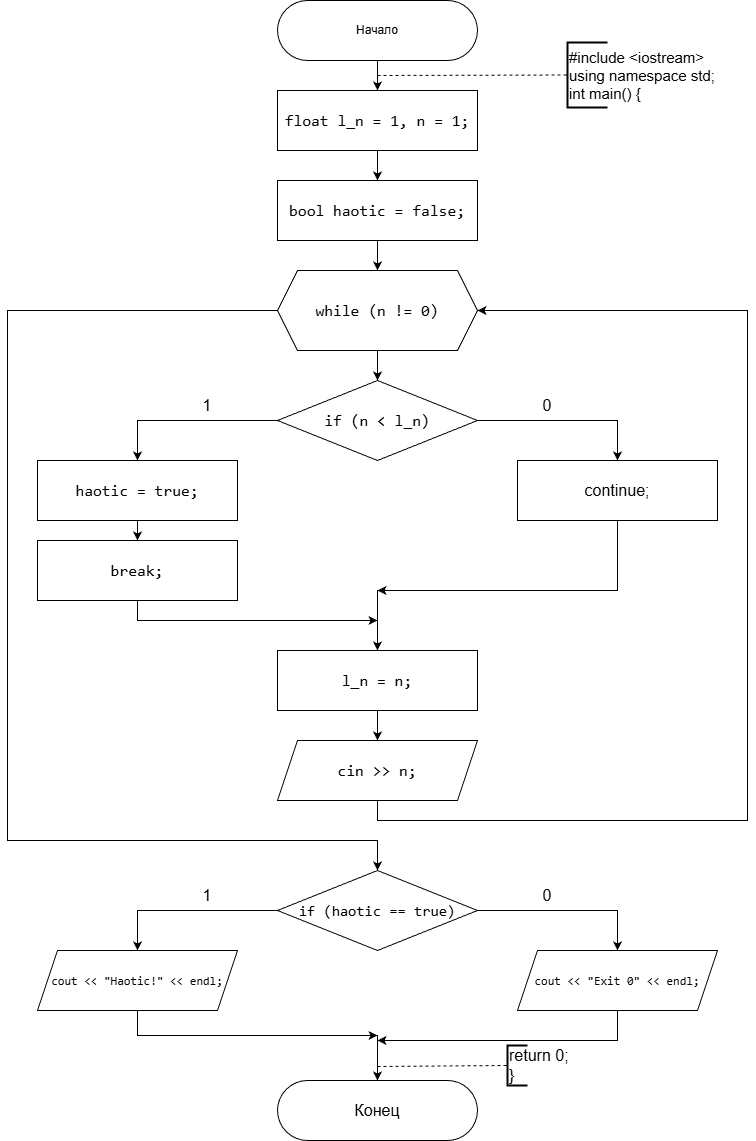
Before: Sem_1/2_21/2_21_block_scheme.png, a diagram exported from draw.io (egovcevivan/Labs_PSTU). Source tidied: cells renumbered, new cells last; positions are measured from the earlier drawing's top-left corner, leaving out a move shared by most shapes.
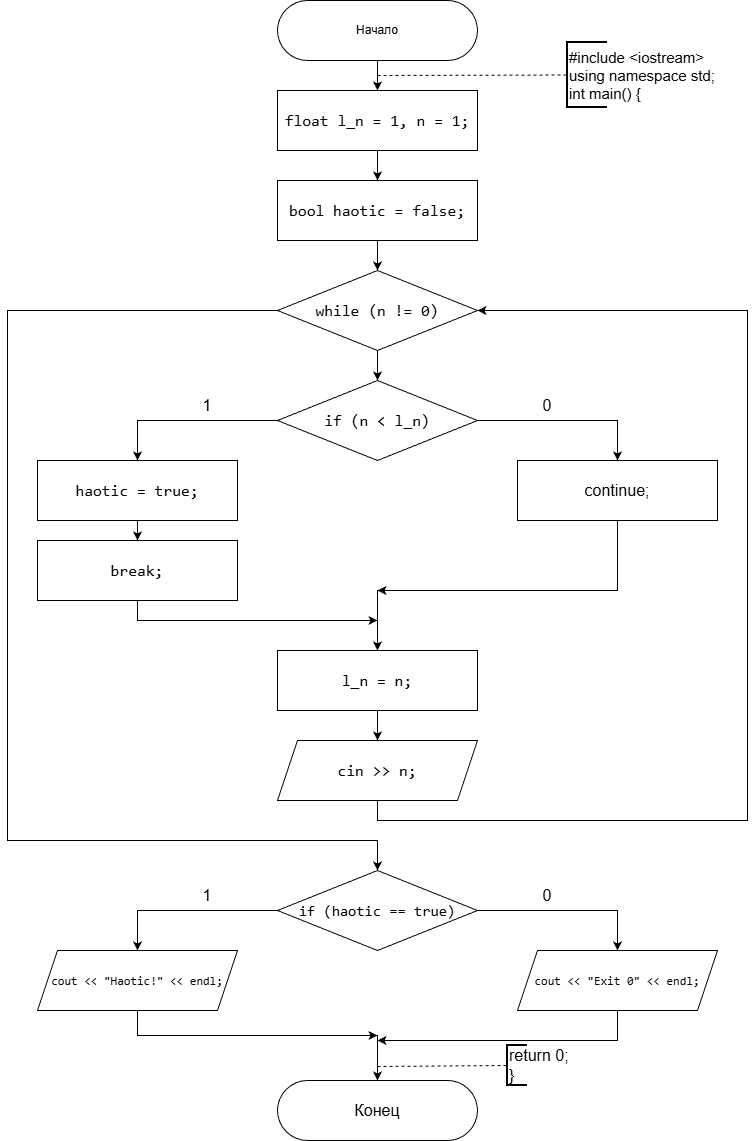
The same diagram one commit later.

Commit message:
Fixed block-schemes 2_14, 2_15, 2_16, 2_18, 2_21

Change to the diagram source:
```diff
@@ -22,17 +22,22 @@
     <mxCell id="7" value="#include &amp;lt;iostream&amp;gt;&lt;div&gt;using namespace std;&lt;/div&gt;&lt;div&gt;int main() {&lt;/div&gt;" style="strokeWidth=2;html=1;shape=mxgraph.flowchart.annotation_1;align=left;fontSize=15;" parent="1" vertex="1">
       <mxGeometry x="560" y="42" width="40" height="65" as="geometry" />
     </mxCell>
-    <mxCell id="8" style="edgeStyle=orthogonalEdgeStyle;rounded=0;jettySize=auto;html=1;" parent="1" edge="1" source="9" target="12">
-      <mxGeometry relative="1" as="geometry" />
+    <mxCell id="8" style="edgeStyle=orthogonalEdgeStyle;rounded=0;jettySize=auto;html=1;" parent="1" edge="1" source="9">
+      <mxGeometry relative="1" as="geometry">
+        <mxPoint x="370" y="270" as="targetPoint" />
+      </mxGeometry>
     </mxCell>
     <mxCell id="9" value="&lt;div style=&quot;font-family: Consolas, &amp;quot;Courier New&amp;quot;, monospace; line-height: 22px; white-space: pre;&quot;&gt;&lt;div style=&quot;line-height: 22px;&quot;&gt;&lt;span style=&quot;&quot;&gt;bool&lt;/span&gt; &lt;span style=&quot;&quot;&gt;haotic&lt;/span&gt; &lt;span style=&quot;&quot;&gt;=&lt;/span&gt; &lt;span style=&quot;&quot;&gt;false&lt;/span&gt;;&lt;/div&gt;&lt;/div&gt;" style="rounded=0;whiteSpace=wrap;html=1;fontColor=default;labelBackgroundColor=none;fontSize=16;" parent="1" vertex="1">
       <mxGeometry x="270" y="180" width="200" height="60" as="geometry" />
     </mxCell>
-    <mxCell id="10" style="edgeStyle=orthogonalEdgeStyle;rounded=0;jettySize=auto;html=1;" parent="1" edge="1" source="12" target="15">
-      <mxGeometry relative="1" as="geometry" />
+    <mxCell id="10" style="edgeStyle=orthogonalEdgeStyle;rounded=0;jettySize=auto;html=1;" parent="1" edge="1" target="15">
+      <mxGeometry relative="1" as="geometry">
+        <mxPoint x="370" y="350" as="sourcePoint" />
+      </mxGeometry>
     </mxCell>
-    <mxCell id="11" style="edgeStyle=orthogonalEdgeStyle;rounded=0;jettySize=auto;html=1;exitX=0;exitY=0.5;exitDx=0;exitDy=0;" parent="1" edge="1" source="12" target="32">
+    <mxCell id="11" style="edgeStyle=orthogonalEdgeStyle;rounded=0;jettySize=auto;html=1;exitX=0;exitY=0.5;exitDx=0;exitDy=0;" parent="1" edge="1" target="32">
       <mxGeometry relative="1" as="geometry">
+        <mxPoint x="270" y="310" as="sourcePoint" />
         <Array as="points">
           <mxPoint y="310" />
           <mxPoint y="840" />
@@ -40,9 +45,6 @@
         </Array>
       </mxGeometry>
     </mxCell>
-    <mxCell id="12" value="&lt;div style=&quot;font-family: Consolas, &amp;quot;Courier New&amp;quot;, monospace; line-height: 22px; white-space: pre;&quot;&gt;&lt;span style=&quot;&quot;&gt;while&lt;/span&gt; (&lt;span style=&quot;&quot;&gt;n&lt;/span&gt; &lt;span style=&quot;&quot;&gt;!=&lt;/span&gt; &lt;span style=&quot;&quot;&gt;0&lt;/span&gt;)&lt;/div&gt;" style="shape=hexagon;perimeter=hexagonPerimeter2;whiteSpace=wrap;html=1;fixedSize=1;fontSize=16;labelBackgroundColor=none;fontColor=default;" parent="1" vertex="1">
-      <mxGeometry x="270" y="270" width="200" height="80" as="geometry" />
-    </mxCell>
     <mxCell id="13" style="edgeStyle=orthogonalEdgeStyle;rounded=0;jettySize=auto;html=1;exitX=0;exitY=0.5;exitDx=0;exitDy=0;entryX=0.5;entryY=0;entryDx=0;entryDy=0;" parent="1" edge="1" source="15" target="17">
       <mxGeometry relative="1" as="geometry" />
     </mxCell>
@@ -104,8 +106,9 @@
         <mxPoint x="370" y="590" as="targetPoint" />
       </mxGeometry>
     </mxCell>
-    <mxCell id="28" style="edgeStyle=orthogonalEdgeStyle;rounded=0;jettySize=auto;html=1;exitX=0.5;exitY=1;exitDx=0;exitDy=0;entryX=1;entryY=0.5;entryDx=0;entryDy=0;" parent="1" edge="1" source="29" target="12">
+    <mxCell id="28" style="edgeStyle=orthogonalEdgeStyle;rounded=0;jettySize=auto;html=1;exitX=0.5;exitY=1;exitDx=0;exitDy=0;entryX=1;entryY=0.5;entryDx=0;entryDy=0;" parent="1" edge="1" source="29">
       <mxGeometry relative="1" as="geometry">
+        <mxPoint x="470" y="310" as="targetPoint" />
         <Array as="points">
           <mxPoint x="370" y="820" />
           <mxPoint x="740" y="820" />
@@ -176,5 +179,8 @@
     <mxCell id="43" value="return 0;&lt;div&gt;}&lt;/div&gt;" style="strokeWidth=2;html=1;shape=mxgraph.flowchart.annotation_1;align=left;fontSize=16;" parent="1" vertex="1">
       <mxGeometry x="500" y="1045" width="20" height="40" as="geometry" />
     </mxCell>
+    <mxCell id="12" value="&lt;span style=&quot;font-family: Consolas, &amp;quot;Courier New&amp;quot;, monospace; font-size: 16px; white-space: pre;&quot;&gt;while&lt;/span&gt;&lt;span style=&quot;font-family: Consolas, &amp;quot;Courier New&amp;quot;, monospace; font-size: 16px; white-space: pre;&quot;&gt; (&lt;/span&gt;&lt;span style=&quot;font-family: Consolas, &amp;quot;Courier New&amp;quot;, monospace; font-size: 16px; white-space: pre;&quot;&gt;n&lt;/span&gt;&lt;span style=&quot;font-family: Consolas, &amp;quot;Courier New&amp;quot;, monospace; font-size: 16px; white-space: pre;&quot;&gt; &lt;/span&gt;&lt;span style=&quot;font-family: Consolas, &amp;quot;Courier New&amp;quot;, monospace; font-size: 16px; white-space: pre;&quot;&gt;!=&lt;/span&gt;&lt;span style=&quot;font-family: Consolas, &amp;quot;Courier New&amp;quot;, monospace; font-size: 16px; white-space: pre;&quot;&gt; &lt;/span&gt;&lt;span style=&quot;font-family: Consolas, &amp;quot;Courier New&amp;quot;, monospace; font-size: 16px; white-space: pre;&quot;&gt;0&lt;/span&gt;&lt;span style=&quot;font-family: Consolas, &amp;quot;Courier New&amp;quot;, monospace; font-size: 16px; white-space: pre;&quot;&gt;)&lt;/span&gt;" style="rhombus;whiteSpace=wrap;html=1;" parent="1" vertex="1">
+      <mxGeometry x="270" y="270" width="200" height="80" as="geometry" />
+    </mxCell>
   </root>
 </mxGraphModel>
```
